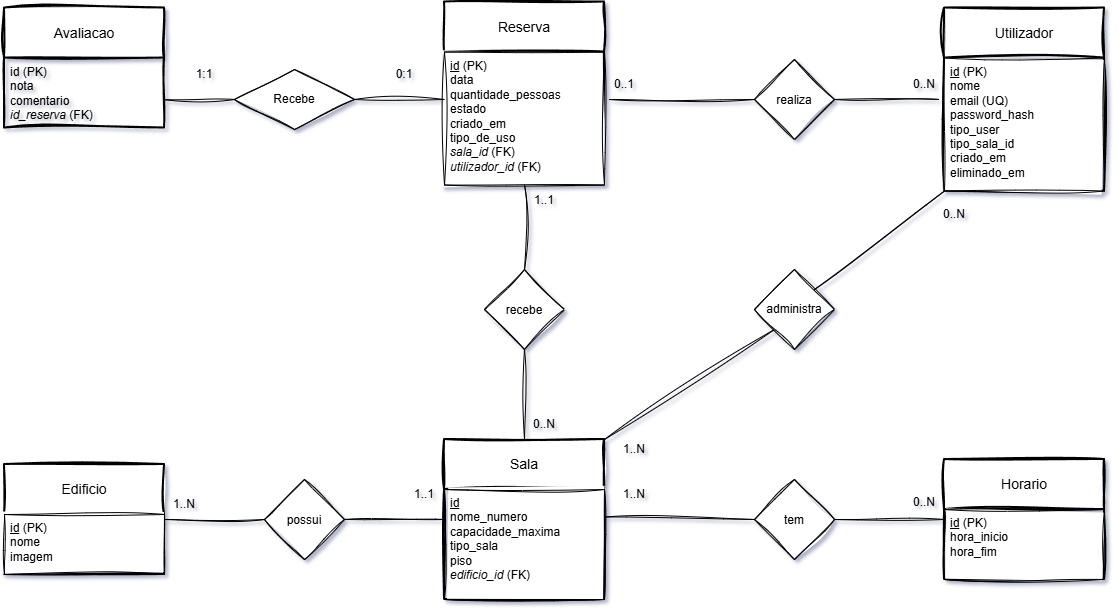
TiagoCC23/2024118083_2024116801-LAPRTP1 keeps this draw.io diagram as LAPR_projeto.drawio.png. Above is the earlier version. Source tidied: cells renumbered, new cells last; positions are measured from the earlier drawing's top-left corner, leaving out a move shared by most shapes.
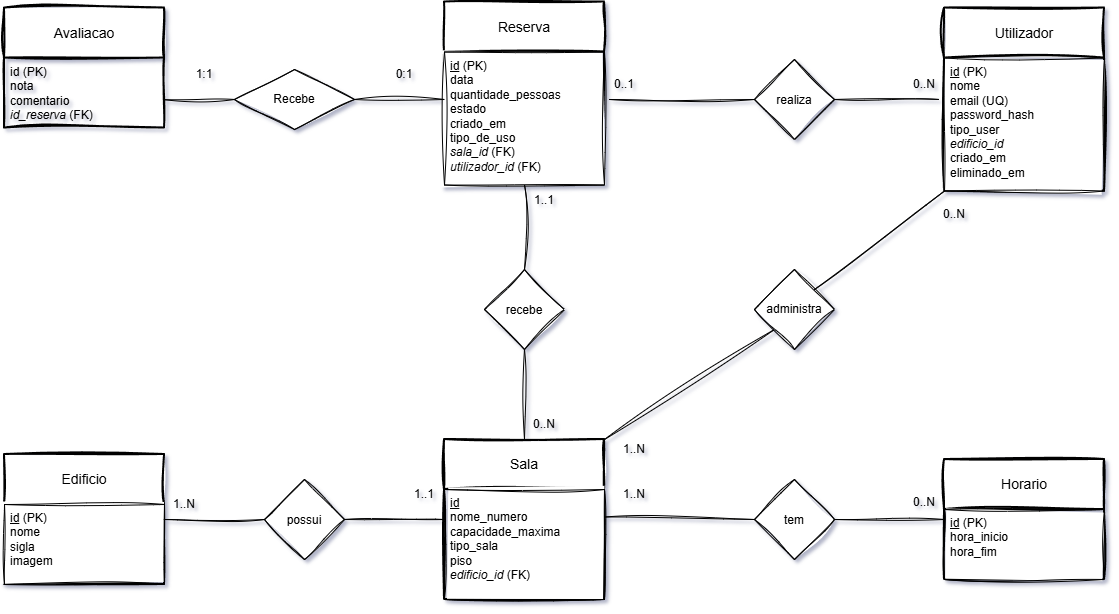
Later version of the same file.

Commit message:
Update no Dicionário de dados

Adição do atributo sigla na entidade edificio e correção na entidade utilizador

Change to the diagram source:
```diff
@@ -3,11 +3,14 @@
     <mxCell id="0" />
     <mxCell id="1" parent="0" />
     <mxCell id="2" value="Edificio" style="swimlane;horizontal=1;startSize=50;rounded=0;fontSize=14;fontStyle=0;strokeWidth=2;shadow=0;dashed=0;align=center;arcSize=0;whiteSpace=wrap;html=1;sketch=1;curveFitting=1;jiggle=2;" parent="1" vertex="1">
-      <mxGeometry y="463" width="160" height="110" as="geometry" />
+      <mxGeometry y="453" width="160" height="130" as="geometry" />
     </mxCell>
-    <mxCell id="3" value="&lt;u&gt;id&lt;/u&gt;&amp;nbsp;(PK)&lt;div&gt;nome&lt;br&gt;&lt;div&gt;imagem&lt;/div&gt;&lt;/div&gt;" style="align=left;spacingLeft=4;spacingRight=4;fontSize=12;verticalAlign=top;html=1;whiteSpace=wrap;shadow=0;rounded=0;sketch=1;curveFitting=1;jiggle=2;" parent="2" vertex="1">
-      <mxGeometry y="50" width="160" height="60" as="geometry" />
+    <mxCell id="3" value="&lt;u&gt;id&lt;/u&gt;&amp;nbsp;(PK)&lt;div&gt;nome&lt;/div&gt;&lt;div&gt;sigla&lt;br&gt;&lt;div&gt;imagem&lt;/div&gt;&lt;/div&gt;" style="align=left;spacingLeft=4;spacingRight=4;fontSize=12;verticalAlign=top;html=1;whiteSpace=wrap;shadow=0;rounded=0;sketch=1;curveFitting=1;jiggle=2;" parent="2" vertex="1">
+      <mxGeometry y="50" width="160" height="80" as="geometry" />
     </mxCell>
+    <mxCell id="44" style="align=left;spacingLeft=4;spacingRight=4;fontSize=12;verticalAlign=top;html=1;whiteSpace=wrap;shadow=0;rounded=0;sketch=1;curveFitting=1;jiggle=2;" parent="2" vertex="1">
+      <mxGeometry y="130" width="160" as="geometry" />
+    </mxCell>
     <mxCell id="4" value="Sala" style="swimlane;horizontal=1;startSize=50;rounded=0;fontSize=14;fontStyle=0;strokeWidth=2;shadow=0;dashed=0;align=center;arcSize=0;whiteSpace=wrap;html=1;sketch=1;curveFitting=1;jiggle=2;" parent="1" vertex="1">
       <mxGeometry x="440" y="438" width="160" height="160" as="geometry" />
     </mxCell>
@@ -23,7 +26,7 @@
     <mxCell id="8" value="Utilizador" style="swimlane;horizontal=1;startSize=50;rounded=0;fontSize=14;fontStyle=0;strokeWidth=2;shadow=0;dashed=0;align=center;arcSize=0;whiteSpace=wrap;html=1;sketch=1;curveFitting=1;jiggle=2;" parent="1" vertex="1">
       <mxGeometry x="940" y="6.5" width="160" height="183" as="geometry" />
     </mxCell>
-    <mxCell id="9" value="&lt;u&gt;id&lt;/u&gt;&amp;nbsp;(PK)&lt;div&gt;nome&lt;/div&gt;&lt;div&gt;email (UQ)&lt;/div&gt;&lt;div&gt;password_hash&lt;/div&gt;&lt;div&gt;tipo_user&lt;/div&gt;&lt;div&gt;tipo_sala_id&lt;/div&gt;&lt;div&gt;&lt;span style=&quot;background-color: transparent; color: light-dark(rgb(0, 0, 0), rgb(255, 255, 255));&quot;&gt;criado_em&lt;/span&gt;&lt;/div&gt;&lt;div&gt;eliminado_em&lt;/div&gt;" style="align=left;spacingLeft=4;spacingRight=4;fontSize=12;verticalAlign=top;html=1;whiteSpace=wrap;shadow=0;rounded=0;sketch=1;curveFitting=1;jiggle=2;" parent="8" vertex="1">
+    <mxCell id="9" value="&lt;u&gt;id&lt;/u&gt;&amp;nbsp;(PK)&lt;div&gt;nome&lt;/div&gt;&lt;div&gt;email (UQ)&lt;/div&gt;&lt;div&gt;password_hash&lt;/div&gt;&lt;div&gt;tipo_user&lt;/div&gt;&lt;div&gt;&lt;i&gt;edificio_id&lt;/i&gt;&lt;/div&gt;&lt;div&gt;&lt;span style=&quot;background-color: transparent; color: light-dark(rgb(0, 0, 0), rgb(255, 255, 255));&quot;&gt;criado_em&lt;/span&gt;&lt;/div&gt;&lt;div&gt;eliminado_em&lt;/div&gt;" style="align=left;spacingLeft=4;spacingRight=4;fontSize=12;verticalAlign=top;html=1;whiteSpace=wrap;shadow=0;rounded=0;sketch=1;curveFitting=1;jiggle=2;" parent="8" vertex="1">
       <mxGeometry y="50" width="160" height="133" as="geometry" />
     </mxCell>
     <mxCell id="10" value="Reserva" style="swimlane;horizontal=1;startSize=50;rounded=0;fontSize=14;fontStyle=0;strokeWidth=2;shadow=0;dashed=0;align=center;arcSize=0;whiteSpace=wrap;html=1;sketch=1;curveFitting=1;jiggle=2;" parent="1" vertex="1">
```
